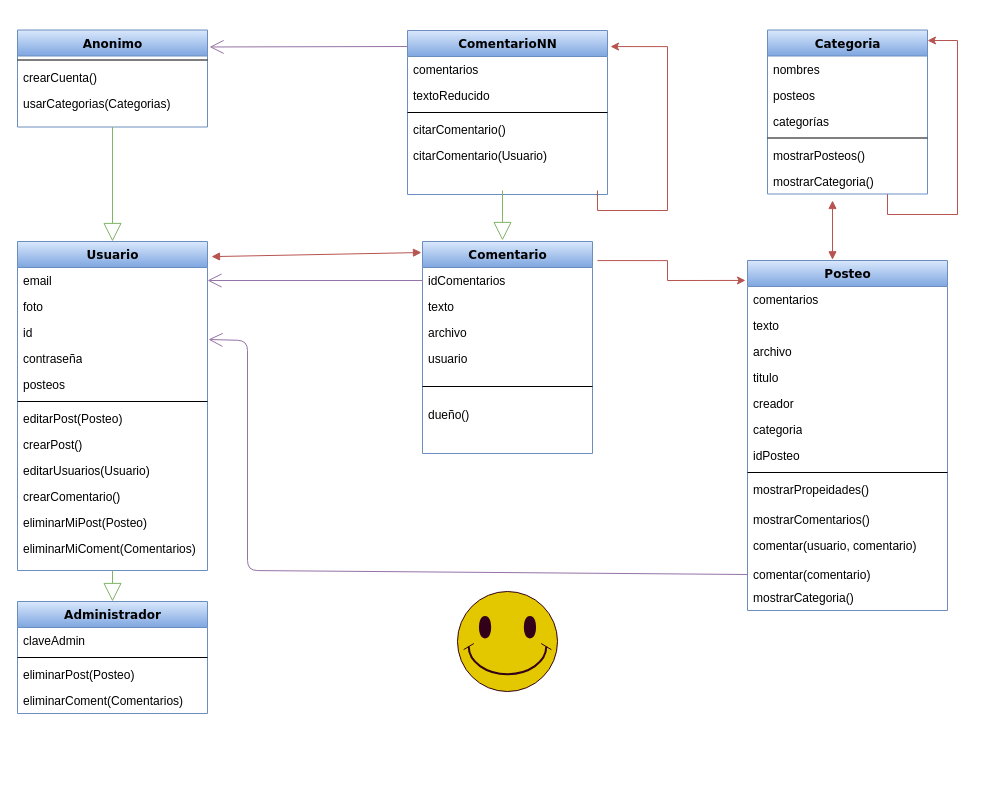
Before: Diagrama_de_clases.drawio in et21-psr/skereBack, a draw.io diagram. Source tidied: cells renumbered, new cells numbered last; positions are measured from the earlier drawing's top-left corner, leaving out a move shared by most shapes. Both pictures are drawn from the tidied source at 100%, with x=0, y=0 at pixel (17, 30).
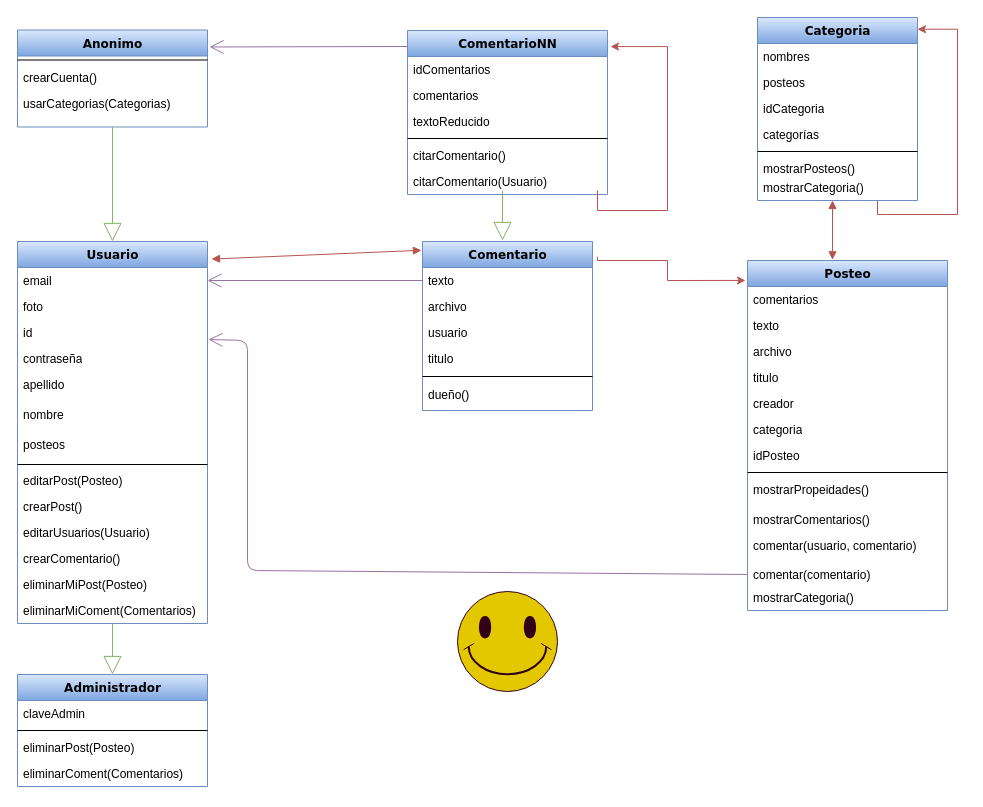
After the change.

The change refers to these unchanged cells:
```xml
<mxCell id="19" value="email" style="text;html=1;strokeColor=none;fillColor=none;align=left;verticalAlign=top;spacingLeft=4;spacingRight=4;whiteSpace=wrap;overflow=hidden;points=[[0,0.5],[1,0.5]];portConstraint=eastwest;" parent="18" vertex="1">
  <mxGeometry y="26" width="190" height="26" as="geometry" />
</mxCell>
<mxCell id="54" value="ComentarioNN&lt;br&gt;&lt;br&gt;" style="swimlane;html=1;fontStyle=1;align=center;verticalAlign=top;horizontal=1;startSize=26;swimlaneFillColor=#ffffff;rounded=0;shadow=0;comic=0;labelBackgroundColor=none;strokeColor=#6c8ebf;strokeWidth=1;fillColor=#dae8fc;fontFamily=Verdana;fontSize=12;gradientColor=#7ea6e0;" parent="1" vertex="1">
  <mxGeometry x="390" width="200" height="164" as="geometry" />
</mxCell>
```

Diff of the diagram source:
```diff
@@
     <mxCell id="18" value="Usuario" style="swimlane;html=1;fontStyle=1;align=center;verticalAlign=top;horizontal=1;startSize=26;swimlaneFillColor=#ffffff;rounded=0;shadow=0;comic=0;labelBackgroundColor=none;strokeColor=#6c8ebf;strokeWidth=1;fillColor=#dae8fc;fontFamily=Verdana;fontSize=12;gradientColor=#7ea6e0;" parent="1" vertex="1">
-      <mxGeometry y="211" width="190" height="329" as="geometry" />
+      <mxGeometry y="211" width="190" height="382" as="geometry" />
     </mxCell>
@@
+    <mxCell id="70" value="apellido" style="text;html=1;strokeColor=none;fillColor=none;align=left;verticalAlign=top;spacingLeft=4;spacingRight=4;whiteSpace=wrap;overflow=hidden;" parent="18" vertex="1">
+      <mxGeometry y="130" width="190" height="30" as="geometry" />
+    </mxCell>
+    <mxCell id="71" value="nombre" style="text;html=1;strokeColor=none;fillColor=none;align=left;verticalAlign=top;spacingLeft=4;spacingRight=4;whiteSpace=wrap;overflow=hidden;" parent="18" vertex="1">
+      <mxGeometry y="160" width="190" height="30" as="geometry" />
+    </mxCell>
     <mxCell id="23" value="posteos" style="text;html=1;strokeColor=none;fillColor=none;align=left;verticalAlign=top;spacingLeft=4;spacingRight=4;whiteSpace=wrap;overflow=hidden;" parent="18" vertex="1">
-      <mxGeometry y="130" width="190" height="26" as="geometry" />
+      <mxGeometry y="190" width="190" height="30" as="geometry" />
     </mxCell>
     <mxCell id="24" style="line;html=1;strokeWidth=1;fillColor=none;align=left;verticalAlign=middle;spacingTop=-1;spacingLeft=3;spacingRight=3;labelPosition=right;" parent="18" vertex="1">
-      <mxGeometry y="156" width="190" height="8" as="geometry" />
+      <mxGeometry y="220" width="190" height="6" as="geometry" />
     </mxCell>
     <mxCell id="25" value="editarPost(Posteo)" style="text;html=1;strokeColor=none;fillColor=none;align=left;verticalAlign=top;spacingLeft=4;spacingRight=4;whiteSpace=wrap;overflow=hidden;" parent="18" vertex="1">
-      <mxGeometry y="164" width="190" height="26" as="geometry" />
+      <mxGeometry y="226" width="190" height="26" as="geometry" />
     </mxCell>
     <mxCell id="26" value="crearPost()" style="text;html=1;strokeColor=none;fillColor=none;align=left;verticalAlign=top;spacingLeft=4;spacingRight=4;whiteSpace=wrap;overflow=hidden;" parent="18" vertex="1">
-      <mxGeometry y="190" width="190" height="26" as="geometry" />
+      <mxGeometry y="252" width="190" height="26" as="geometry" />
     </mxCell>
     <mxCell id="27" value="editarUsuarios(Usuario)" style="text;html=1;strokeColor=none;fillColor=none;align=left;verticalAlign=top;spacingLeft=4;spacingRight=4;whiteSpace=wrap;overflow=hidden;" parent="18" vertex="1">
-      <mxGeometry y="216" width="190" height="26" as="geometry" />
+      <mxGeometry y="278" width="190" height="26" as="geometry" />
     </mxCell>
     <mxCell id="28" value="crearComentario()" style="text;html=1;strokeColor=none;fillColor=none;align=left;verticalAlign=top;spacingLeft=4;spacingRight=4;whiteSpace=wrap;overflow=hidden;" parent="18" vertex="1">
-      <mxGeometry y="242" width="190" height="26" as="geometry" />
+      <mxGeometry y="304" width="190" height="26" as="geometry" />
     </mxCell>
     <mxCell id="29" value="eliminarMiPost(Posteo)" style="text;html=1;strokeColor=none;fillColor=none;align=left;verticalAlign=top;spacingLeft=4;spacingRight=4;whiteSpace=wrap;overflow=hidden;" parent="18" vertex="1">
-      <mxGeometry y="268" width="190" height="26" as="geometry" />
+      <mxGeometry y="330" width="190" height="26" as="geometry" />
     </mxCell>
     <mxCell id="30" value="eliminarMiComent(Comentarios)" style="text;html=1;strokeColor=none;fillColor=none;align=left;verticalAlign=top;spacingLeft=4;spacingRight=4;whiteSpace=wrap;overflow=hidden;" parent="18" vertex="1">
-      <mxGeometry y="294" width="190" height="26" as="geometry" />
+      <mxGeometry y="356" width="190" height="26" as="geometry" />
     </mxCell>
@@
     <mxCell id="32" value="Categoria" style="swimlane;html=1;fontStyle=1;align=center;verticalAlign=top;horizontal=1;startSize=26;swimlaneFillColor=#ffffff;rounded=0;shadow=0;comic=0;labelBackgroundColor=none;strokeColor=#6c8ebf;strokeWidth=1;fillColor=#dae8fc;fontFamily=Verdana;fontSize=12;gradientColor=#7ea6e0;" parent="1" vertex="1">
-      <mxGeometry x="750" y="-0.5" width="160" height="164" as="geometry" />
+      <mxGeometry x="740" y="-13" width="160" height="183" as="geometry" />
     </mxCell>
@@
+    <mxCell id="72" value="idCategoria&lt;br&gt;&lt;br&gt;" style="text;html=1;strokeColor=none;fillColor=none;align=left;verticalAlign=top;spacingLeft=4;spacingRight=4;whiteSpace=wrap;overflow=hidden;" parent="32" vertex="1">
+      <mxGeometry y="78" width="160" height="26" as="geometry" />
+    </mxCell>
     <mxCell id="35" value="categorías" style="text;html=1;strokeColor=none;fillColor=none;align=left;verticalAlign=top;spacingLeft=4;spacingRight=4;whiteSpace=wrap;overflow=hidden;" parent="32" vertex="1">
-      <mxGeometry y="78" width="160" height="26" as="geometry" />
+      <mxGeometry y="104" width="160" height="26" as="geometry" />
     </mxCell>
     <mxCell id="36" style="line;html=1;strokeWidth=1;fillColor=none;align=left;verticalAlign=middle;spacingTop=-1;spacingLeft=3;spacingRight=3;labelPosition=right;" parent="32" vertex="1">
-      <mxGeometry y="104" width="160" height="8" as="geometry" />
+      <mxGeometry y="130" width="160" height="8" as="geometry" />
     </mxCell>
     <mxCell id="37" value="mostrarPosteos()" style="text;html=1;strokeColor=none;fillColor=none;align=left;verticalAlign=top;spacingLeft=4;spacingRight=4;whiteSpace=wrap;overflow=hidden;" parent="32" vertex="1">
-      <mxGeometry y="112" width="160" height="26" as="geometry" />
+      <mxGeometry y="138" width="160" height="26" as="geometry" />
     </mxCell>
     <mxCell id="38" value="Administrador" style="swimlane;html=1;fontStyle=1;align=center;verticalAlign=top;horizontal=1;startSize=26;swimlaneFillColor=#ffffff;rounded=0;shadow=0;comic=0;labelBackgroundColor=none;strokeColor=#6c8ebf;strokeWidth=1;fillColor=#dae8fc;fontFamily=Verdana;fontSize=12;gradientColor=#7ea6e0;" parent="1" vertex="1">
-      <mxGeometry y="571" width="190" height="112" as="geometry" />
+      <mxGeometry y="644" width="190" height="112" as="geometry" />
     </mxCell>
@@
     <mxCell id="43" value="Comentario" style="swimlane;html=1;fontStyle=1;align=center;verticalAlign=top;horizontal=1;startSize=26;swimlaneFillColor=#ffffff;rounded=0;shadow=0;comic=0;labelBackgroundColor=none;strokeColor=#6c8ebf;strokeWidth=1;fillColor=#dae8fc;fontFamily=Verdana;fontSize=12;gradientColor=#7ea6e0;" parent="1" vertex="1">
-      <mxGeometry x="405" y="211" width="170" height="212" as="geometry" />
+      <mxGeometry x="405" y="211" width="170" height="169" as="geometry" />
     </mxCell>
-    <mxCell id="44" value="idComentarios&lt;br&gt;&lt;br&gt;" style="text;html=1;strokeColor=none;fillColor=none;align=left;verticalAlign=top;spacingLeft=4;spacingRight=4;whiteSpace=wrap;overflow=hidden;points=[[0,0.5],[1,0.5]];portConstraint=eastwest;" parent="43" vertex="1">
-      <mxGeometry y="26" width="170" height="26" as="geometry" />
-    </mxCell>
     <mxCell id="45" value="texto&lt;br&gt;&lt;br&gt;" style="text;html=1;strokeColor=none;fillColor=none;align=left;verticalAlign=top;spacingLeft=4;spacingRight=4;whiteSpace=wrap;overflow=hidden;" parent="43" vertex="1">
-      <mxGeometry y="52" width="170" height="26" as="geometry" />
+      <mxGeometry y="26" width="170" height="26" as="geometry" />
     </mxCell>
     <mxCell id="46" value="archivo&lt;br&gt;" style="text;html=1;strokeColor=none;fillColor=none;align=left;verticalAlign=top;spacingLeft=4;spacingRight=4;whiteSpace=wrap;overflow=hidden;" parent="43" vertex="1">
-      <mxGeometry y="78" width="170" height="26" as="geometry" />
+      <mxGeometry y="52" width="170" height="26" as="geometry" />
     </mxCell>
     <mxCell id="47" value="usuario&lt;br&gt;" style="text;html=1;strokeColor=none;fillColor=none;align=left;verticalAlign=top;spacingLeft=4;spacingRight=4;whiteSpace=wrap;overflow=hidden;" parent="43" vertex="1">
-      <mxGeometry y="104" width="170" height="26" as="geometry" />
+      <mxGeometry y="78" width="170" height="26" as="geometry" />
     </mxCell>
+    <mxCell id="73" value="titulo&lt;br&gt;" style="text;html=1;strokeColor=none;fillColor=none;align=left;verticalAlign=top;spacingLeft=4;spacingRight=4;whiteSpace=wrap;overflow=hidden;" parent="43" vertex="1">
+      <mxGeometry y="104" width="170" height="26" as="geometry" />
+    </mxCell>
     <mxCell id="48" style="line;html=1;strokeWidth=1;fillColor=none;align=left;verticalAlign=middle;spacingTop=-1;spacingLeft=3;spacingRight=3;labelPosition=right;" parent="43" vertex="1">
-      <mxGeometry y="130" width="170" height="30" as="geometry" />
+      <mxGeometry y="130" width="170" height="10" as="geometry" />
     </mxCell>
     <mxCell id="49" value="dueño()&lt;br&gt;" style="text;html=1;strokeColor=none;fillColor=none;align=left;verticalAlign=top;spacingLeft=4;spacingRight=4;whiteSpace=wrap;overflow=hidden;" parent="43" vertex="1">
-      <mxGeometry y="160" width="170" height="26" as="geometry" />
+      <mxGeometry y="140" width="170" height="26" as="geometry" />
     </mxCell>
@@
+    <mxCell id="44" value="idComentarios&lt;br&gt;&lt;br&gt;" style="text;html=1;strokeColor=none;fillColor=none;align=left;verticalAlign=top;spacingLeft=4;spacingRight=4;whiteSpace=wrap;overflow=hidden;points=[[0,0.5],[1,0.5]];portConstraint=eastwest;" parent="54" vertex="1">
+      <mxGeometry y="26" width="200" height="26" as="geometry" />
+    </mxCell>
     <mxCell id="55" value="comentarios" style="text;html=1;strokeColor=none;fillColor=none;align=left;verticalAlign=top;spacingLeft=4;spacingRight=4;whiteSpace=wrap;overflow=hidden;" parent="54" vertex="1">
-      <mxGeometry y="26" width="200" height="26" as="geometry" />
+      <mxGeometry y="52" width="200" height="26" as="geometry" />
     </mxCell>
     <mxCell id="56" value="textoReducido" style="text;html=1;strokeColor=none;fillColor=none;align=left;verticalAlign=top;spacingLeft=4;spacingRight=4;whiteSpace=wrap;overflow=hidden;" parent="54" vertex="1">
-      <mxGeometry y="52" width="200" height="26" as="geometry" />
+      <mxGeometry y="78" width="200" height="26" as="geometry" />
     </mxCell>
     <mxCell id="57" style="line;html=1;strokeWidth=1;fillColor=none;align=left;verticalAlign=middle;spacingTop=-1;spacingLeft=3;spacingRight=3;labelPosition=right;" parent="54" vertex="1">
-      <mxGeometry y="78" width="200" height="8" as="geometry" />
+      <mxGeometry y="104" width="200" height="8" as="geometry" />
     </mxCell>
     <mxCell id="58" value="citarComentario()&lt;br&gt;" style="text;html=1;strokeColor=none;fillColor=none;align=left;verticalAlign=top;spacingLeft=4;spacingRight=4;whiteSpace=wrap;overflow=hidden;" parent="54" vertex="1">
-      <mxGeometry y="86" width="200" height="26" as="geometry" />
+      <mxGeometry y="112" width="200" height="26" as="geometry" />
     </mxCell>
     <mxCell id="59" value="citarComentario(Usuario)&lt;br&gt;" style="text;html=1;strokeColor=none;fillColor=none;align=left;verticalAlign=top;spacingLeft=4;spacingRight=4;whiteSpace=wrap;overflow=hidden;" parent="54" vertex="1">
-      <mxGeometry y="112" width="200" height="26" as="geometry" />
+      <mxGeometry y="138" width="200" height="26" as="geometry" />
     </mxCell>
@@
-    <mxCell id="64" style="endArrow=open;endFill=1;endSize=12;html=1;entryX=1;entryY=0.5;entryDx=0;entryDy=0;exitX=0;exitY=0.5;exitDx=0;exitDy=0;fillColor=#e1d5e7;strokeColor=#9673a6;" parent="1" edge="1" source="44" target="19">
-      <mxGeometry relative="1" as="geometry" />
+    <mxCell id="64" style="endArrow=open;endFill=1;endSize=12;html=1;entryX=1;entryY=0.5;entryDx=0;entryDy=0;exitX=0;exitY=0.5;exitDx=0;exitDy=0;fillColor=#e1d5e7;strokeColor=#9673a6;" parent="1" edge="1" target="19">
+      <mxGeometry relative="1" as="geometry">
+        <mxPoint x="405" y="250" as="sourcePoint" />
+      </mxGeometry>
     </mxCell>
@@
     <mxCell id="69" value="mostrarCategoria()" style="text;html=1;strokeColor=none;fillColor=none;align=left;verticalAlign=top;spacingLeft=4;spacingRight=4;whiteSpace=wrap;overflow=hidden;" parent="1" vertex="1">
-      <mxGeometry x="750" y="138" width="160" height="26" as="geometry" />
+      <mxGeometry x="740" y="144" width="160" height="26" as="geometry" />
     </mxCell>
```
